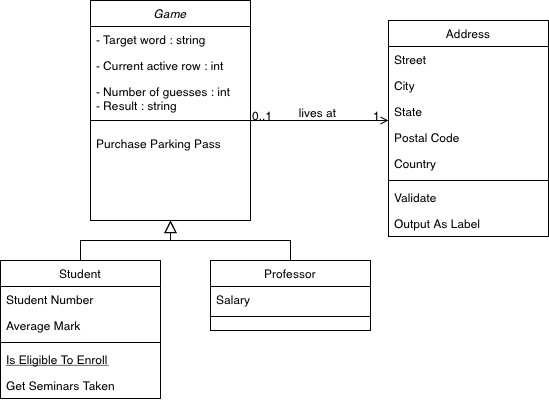
Before: Untitled Diagram.drawio.png, a diagram exported from draw.io (Pouyaraj/UML). Source tidied: cells renumbered, new cells last; positions are measured from the earlier drawing's top-left corner, leaving out a move shared by most shapes.
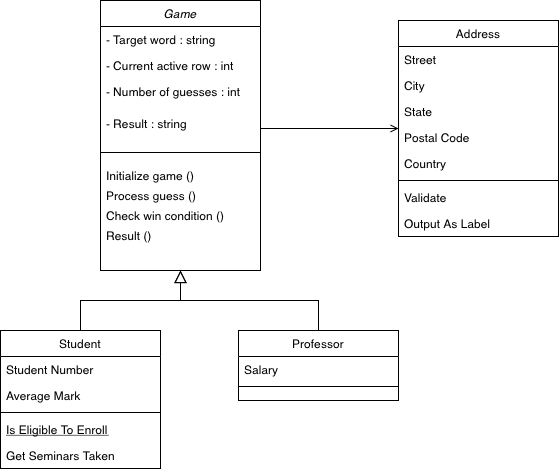
Later version of the same file.

Diff of the diagram source:
```diff
@@ -3,7 +3,7 @@
     <mxCell id="0" />
     <mxCell id="1" parent="0" />
     <mxCell id="2" value="Game" style="swimlane;fontStyle=2;align=center;verticalAlign=top;horizontal=1;startSize=26;rounded=0;shadow=0;strokeWidth=1;" parent="1" vertex="1">
-      <mxGeometry x="90" width="160" height="220" as="geometry" />
+      <mxGeometry x="90" width="160" height="270" as="geometry" />
     </mxCell>
     <mxCell id="3" value="- Target word : string" style="text;align=left;verticalAlign=top;spacingLeft=4;spacingRight=4;overflow=hidden;" parent="2" vertex="1">
       <mxGeometry y="26" width="160" height="26" as="geometry" />
@@ -11,17 +11,29 @@
     <mxCell id="4" value="- Current active row : int" style="text;align=left;verticalAlign=top;spacingLeft=4;spacingRight=4;overflow=hidden;rounded=0;shadow=0;html=0;" parent="2" vertex="1">
       <mxGeometry y="52" width="160" height="26" as="geometry" />
     </mxCell>
-    <mxCell id="5" value="- Number of guesses : int&#10;- Result : string&#10;" style="text;align=left;verticalAlign=top;spacingLeft=4;spacingRight=4;overflow=hidden;rounded=0;shadow=0;html=0;" parent="2" vertex="1">
+    <mxCell id="5" value="- Number of guesses : int&#10;" style="text;align=left;verticalAlign=top;spacingLeft=4;spacingRight=4;overflow=hidden;rounded=0;shadow=0;html=0;" parent="2" vertex="1">
       <mxGeometry y="78" width="160" height="32" as="geometry" />
     </mxCell>
+    <mxCell id="32" value="- Result : string" style="text;align=left;verticalAlign=top;spacingLeft=4;spacingRight=4;overflow=hidden;rounded=0;shadow=0;html=0;" parent="2" vertex="1">
+      <mxGeometry y="110" width="160" height="32" as="geometry" />
+    </mxCell>
     <mxCell id="6" style="line;html=1;strokeWidth=1;align=left;verticalAlign=middle;spacingTop=-1;spacingLeft=3;spacingRight=3;labelPosition=right;" parent="2" vertex="1">
-      <mxGeometry y="110" width="160" height="20" as="geometry" />
+      <mxGeometry y="142" width="160" height="20" as="geometry" />
     </mxCell>
-    <mxCell id="7" value="Purchase Parking Pass" style="text;align=left;verticalAlign=top;spacingLeft=4;spacingRight=4;overflow=hidden;" parent="2" vertex="1">
-      <mxGeometry y="130" width="160" height="20" as="geometry" />
+    <mxCell id="7" value="Initialize game ()&#10;" style="text;align=left;verticalAlign=top;spacingLeft=4;spacingRight=4;overflow=hidden;" parent="2" vertex="1">
+      <mxGeometry y="162" width="160" height="20" as="geometry" />
     </mxCell>
+    <mxCell id="33" value="Process guess ()&#10;" style="text;align=left;verticalAlign=top;spacingLeft=4;spacingRight=4;overflow=hidden;" parent="2" vertex="1">
+      <mxGeometry y="182" width="160" height="20" as="geometry" />
+    </mxCell>
+    <mxCell id="34" value="Check win condition ()" style="text;align=left;verticalAlign=top;spacingLeft=4;spacingRight=4;overflow=hidden;" parent="2" vertex="1">
+      <mxGeometry y="202" width="160" height="20" as="geometry" />
+    </mxCell>
+    <mxCell id="35" value="Result ()" style="text;align=left;verticalAlign=top;spacingLeft=4;spacingRight=4;overflow=hidden;" parent="2" vertex="1">
+      <mxGeometry y="222" width="160" height="20" as="geometry" />
+    </mxCell>
     <mxCell id="8" value="Student" style="swimlane;fontStyle=0;align=center;verticalAlign=top;horizontal=1;startSize=26;rounded=0;shadow=0;strokeWidth=1;" parent="1" vertex="1">
-      <mxGeometry y="260" width="160" height="138" as="geometry" />
+      <mxGeometry x="-10" y="330" width="160" height="138" as="geometry" />
     </mxCell>
     <mxCell id="9" value="Student Number" style="text;align=left;verticalAlign=top;spacingLeft=4;spacingRight=4;overflow=hidden;" parent="8" vertex="1">
       <mxGeometry y="26" width="160" height="26" as="geometry" />
@@ -42,7 +54,7 @@
       <mxGeometry relative="1" as="geometry" />
     </mxCell>
     <mxCell id="15" value="Professor" style="swimlane;fontStyle=0;align=center;verticalAlign=top;horizontal=1;startSize=26;rounded=0;shadow=0;strokeWidth=1;" parent="1" vertex="1">
-      <mxGeometry x="210" y="260" width="160" height="70" as="geometry" />
+      <mxGeometry x="228" y="330" width="160" height="70" as="geometry" />
     </mxCell>
     <mxCell id="16" value="Salary" style="text;align=left;verticalAlign=top;spacingLeft=4;spacingRight=4;overflow=hidden;" parent="15" vertex="1">
       <mxGeometry y="26" width="160" height="26" as="geometry" />
@@ -85,20 +97,15 @@
         <mxPoint x="-40" y="32" as="offset" />
       </mxGeometry>
     </mxCell>
-    <mxCell id="29" value="0..1" style="align=left;verticalAlign=bottom;labelBackgroundColor=none;fontSize=12;" parent="28" vertex="1">
+    <mxCell id="29" style="align=left;verticalAlign=bottom;labelBackgroundColor=none;fontSize=12;" parent="28" vertex="1">
       <mxGeometry x="-1" relative="1" as="geometry">
         <mxPoint y="4" as="offset" />
       </mxGeometry>
     </mxCell>
-    <mxCell id="30" value="1" style="align=right;verticalAlign=bottom;labelBackgroundColor=none;fontSize=12;" parent="28" vertex="1">
+    <mxCell id="30" style="align=right;verticalAlign=bottom;labelBackgroundColor=none;fontSize=12;" parent="28" vertex="1">
       <mxGeometry x="1" relative="1" as="geometry">
         <mxPoint x="-7" y="4" as="offset" />
       </mxGeometry>
     </mxCell>
-    <mxCell id="31" value="lives at" style="text;html=1;align=center;verticalAlign=middle;labelBackgroundColor=none;rounded=0;shadow=0;strokeWidth=1;fontSize=12;" parent="28" vertex="1">
-      <mxGeometry x="0.5" y="49" relative="1" as="geometry">
-        <mxPoint x="-38" y="40" as="offset" />
-      </mxGeometry>
-    </mxCell>
   </root>
 </mxGraphModel>
```
